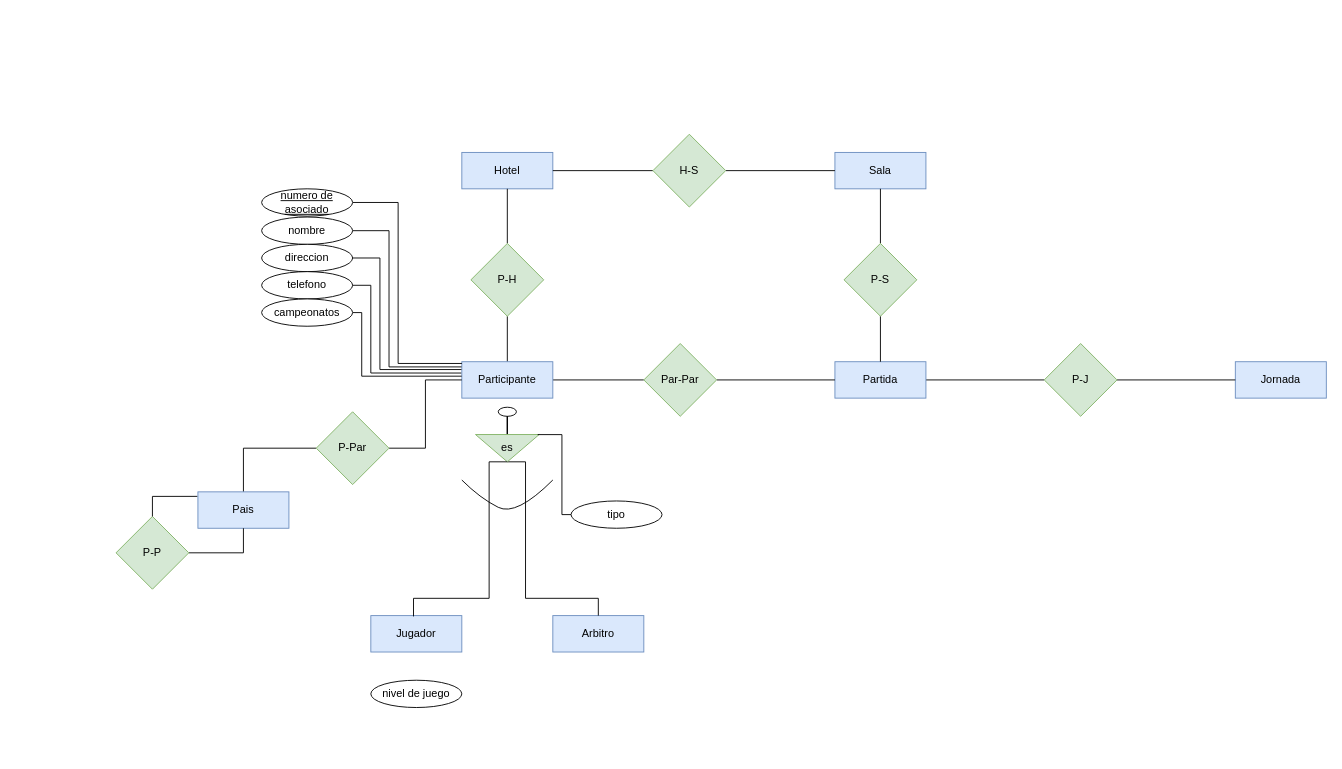
Before: Unidad_1/Tareas/Tareas_entregables/Tarea_2/Campeonato del mundo de Ajedrez.drawio in OxideVanadium/base_de_datos, a draw.io diagram. Source tidied: cells renumbered, new cells numbered last; positions are measured from the earlier drawing's top-left corner, leaving out a move shared by most shapes. Both pictures are drawn from the tidied source at 91%, with x=0, y=0 at pixel (116, 134).
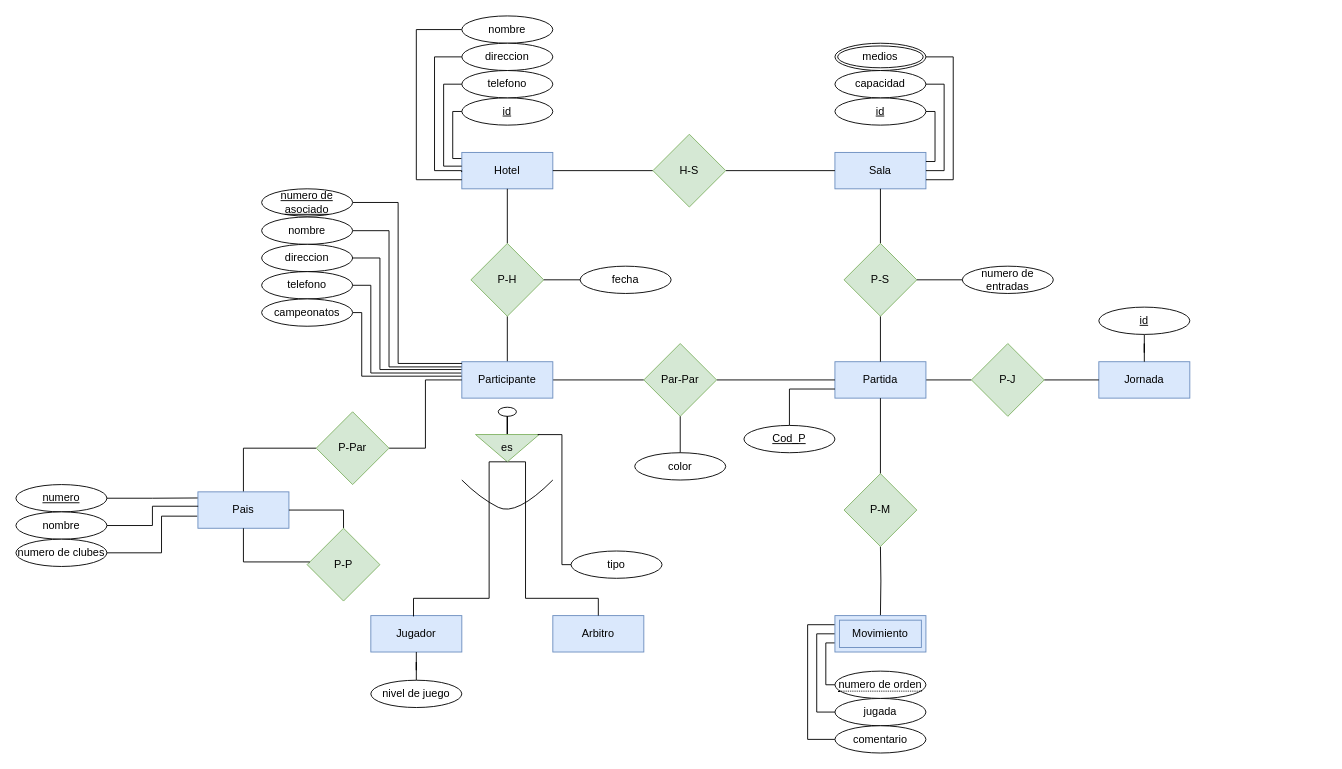
The same page after the edit.

Unchanged cells that the change refers to:
```xml
<mxCell id="5" value="Jugador" style="whiteSpace=wrap;html=1;align=center;fillColor=#dae8fc;strokeColor=#6c8ebf;" parent="1" vertex="1">
  <mxGeometry x="280" y="529" width="100" height="40" as="geometry" />
</mxCell>
<mxCell id="8" value="Pais" style="whiteSpace=wrap;html=1;align=center;fillColor=#dae8fc;strokeColor=#6c8ebf;" parent="1" vertex="1">
  <mxGeometry x="90" y="393" width="100" height="40" as="geometry" />
</mxCell>
<mxCell id="10" value="Partida" style="whiteSpace=wrap;html=1;align=center;fillColor=#dae8fc;strokeColor=#6c8ebf;" parent="1" vertex="1">
  <mxGeometry x="790" y="250" width="100" height="40" as="geometry" />
</mxCell>
<mxCell id="11" value="Hotel" style="whiteSpace=wrap;html=1;align=center;fillColor=#dae8fc;strokeColor=#6c8ebf;" parent="1" vertex="1">
  <mxGeometry x="380" y="20" width="100" height="40" as="geometry" />
</mxCell>
<mxCell id="12" value="Sala" style="whiteSpace=wrap;html=1;align=center;fillColor=#dae8fc;strokeColor=#6c8ebf;" parent="1" vertex="1">
  <mxGeometry x="790" y="20" width="100" height="40" as="geometry" />
</mxCell>
<mxCell id="29" value="P-H" style="rhombus;whiteSpace=wrap;html=1;fillColor=#d5e8d4;strokeColor=#82b366;" parent="1" vertex="1">
  <mxGeometry x="390" y="120" width="80" height="80" as="geometry" />
</mxCell>
<mxCell id="31" value="Par-Par" style="rhombus;whiteSpace=wrap;html=1;fillColor=#d5e8d4;strokeColor=#82b366;" parent="1" vertex="1">
  <mxGeometry x="580" y="230" width="80" height="80" as="geometry" />
</mxCell>
<mxCell id="36" value="P-S" style="rhombus;whiteSpace=wrap;html=1;fillColor=#d5e8d4;strokeColor=#82b366;" parent="1" vertex="1">
  <mxGeometry x="800" y="120" width="80" height="80" as="geometry" />
</mxCell>
<mxCell id="48" value="nivel de juego" style="ellipse;whiteSpace=wrap;html=1;align=center;" parent="1" vertex="1">
  <mxGeometry x="280" y="600" width="100" height="30" as="geometry" />
</mxCell>
```

What changed in the source:
```diff
@@
     <mxCell id="13" value="Jornada" style="whiteSpace=wrap;html=1;align=center;fillColor=#dae8fc;strokeColor=#6c8ebf;" parent="1" vertex="1">
-      <mxGeometry x="1230" y="250" width="100" height="40" as="geometry" />
+      <mxGeometry x="1080" y="250" width="100" height="40" as="geometry" />
     </mxCell>
@@
     <mxCell id="22" value="tipo" style="ellipse;whiteSpace=wrap;html=1;align=center;" parent="1" vertex="1">
-      <mxGeometry x="500" y="403" width="100" height="30" as="geometry" />
+      <mxGeometry x="500" y="458" width="100" height="30" as="geometry" />
     </mxCell>
@@
-    <mxCell id="25" style="edgeStyle=orthogonalEdgeStyle;rounded=0;jettySize=auto;html=1;entryX=0.5;entryY=1;entryDx=0;entryDy=0;endArrow=none;endFill=0;" parent="1" edge="1" source="26" target="8">
-      <mxGeometry relative="1" as="geometry" />
+    <mxCell id="25" style="edgeStyle=orthogonalEdgeStyle;rounded=0;jettySize=auto;html=1;entryX=1;entryY=0.5;entryDx=0;entryDy=0;endArrow=none;endFill=0;" parent="1" edge="1" source="26" target="8">
+      <mxGeometry relative="1" as="geometry">
+        <Array as="points">
+          <mxPoint x="250" y="413" />
+        </Array>
+      </mxGeometry>
     </mxCell>
     <mxCell id="26" value="P-P" style="rhombus;whiteSpace=wrap;html=1;fillColor=#d5e8d4;strokeColor=#82b366;" parent="1" vertex="1">
-      <mxGeometry y="420" width="80" height="80" as="geometry" />
+      <mxGeometry x="210" y="433" width="80" height="80" as="geometry" />
     </mxCell>
-    <mxCell id="27" style="edgeStyle=orthogonalEdgeStyle;rounded=0;jettySize=auto;html=1;entryX=-0.007;entryY=0.124;entryDx=0;entryDy=0;entryPerimeter=0;endArrow=none;endFill=0;" parent="1" edge="1" source="26" target="8">
+    <mxCell id="27" style="edgeStyle=orthogonalEdgeStyle;rounded=0;jettySize=auto;html=1;entryX=0.5;entryY=1;entryDx=0;entryDy=0;endArrow=none;endFill=0;" parent="1" edge="1" source="26" target="8">
       <mxGeometry relative="1" as="geometry">
         <Array as="points">
-          <mxPoint x="40" y="398" />
+          <mxPoint x="140" y="470" />
         </Array>
       </mxGeometry>
     </mxCell>
@@
     <mxCell id="33" value="P-J" style="rhombus;whiteSpace=wrap;html=1;fillColor=#d5e8d4;strokeColor=#82b366;" parent="1" vertex="1">
-      <mxGeometry x="1020" y="230" width="80" height="80" as="geometry" />
+      <mxGeometry x="940" y="230" width="80" height="80" as="geometry" />
     </mxCell>
@@
+    <mxCell id="51" style="edgeStyle=orthogonalEdgeStyle;rounded=0;jettySize=auto;html=1;entryX=0.5;entryY=1;entryDx=0;entryDy=0;endArrow=none;endFill=0;" parent="1" edge="1" source="48" target="5">
+      <mxGeometry relative="1" as="geometry" />
+    </mxCell>
@@
+    <mxCell id="52" value="numero" style="ellipse;whiteSpace=wrap;html=1;align=center;fontStyle=4;" parent="1" vertex="1">
+      <mxGeometry x="-110" y="385" width="100" height="30" as="geometry" />
+    </mxCell>
+    <mxCell id="53" value="nombre" style="ellipse;whiteSpace=wrap;html=1;align=center;" parent="1" vertex="1">
+      <mxGeometry x="-110" y="415" width="100" height="30" as="geometry" />
+    </mxCell>
+    <mxCell id="54" value="numero de clubes" style="ellipse;whiteSpace=wrap;html=1;align=center;" parent="1" vertex="1">
+      <mxGeometry x="-110" y="445" width="100" height="30" as="geometry" />
+    </mxCell>
+    <mxCell id="55" style="edgeStyle=orthogonalEdgeStyle;rounded=0;jettySize=auto;html=1;entryX=-0.004;entryY=0.168;entryDx=0;entryDy=0;endArrow=none;endFill=0;entryPerimeter=0;" parent="1" edge="1" source="52" target="8">
+      <mxGeometry relative="1" as="geometry" />
+    </mxCell>
+    <mxCell id="56" style="edgeStyle=orthogonalEdgeStyle;rounded=0;jettySize=auto;html=1;entryX=0.003;entryY=0.395;entryDx=0;entryDy=0;endArrow=none;endFill=0;entryPerimeter=0;" parent="1" edge="1" source="53" target="8">
+      <mxGeometry relative="1" as="geometry" />
+    </mxCell>
+    <mxCell id="57" style="edgeStyle=orthogonalEdgeStyle;rounded=0;jettySize=auto;html=1;entryX=-0.008;entryY=0.668;entryDx=0;entryDy=0;endArrow=none;endFill=0;entryPerimeter=0;" parent="1" edge="1" source="54" target="8">
+      <mxGeometry relative="1" as="geometry">
+        <Array as="points">
+          <mxPoint x="50" y="460" />
+          <mxPoint x="50" y="420" />
+        </Array>
+      </mxGeometry>
+    </mxCell>
+    <mxCell id="58" value="id" style="ellipse;whiteSpace=wrap;html=1;align=center;fontStyle=4;" parent="1" vertex="1">
+      <mxGeometry x="380" y="-40" width="100" height="30" as="geometry" />
+    </mxCell>
+    <mxCell id="59" style="edgeStyle=orthogonalEdgeStyle;rounded=0;jettySize=auto;html=1;entryX=0;entryY=0.75;entryDx=0;entryDy=0;endArrow=none;endFill=0;" parent="1" edge="1" source="60" target="11">
+      <mxGeometry relative="1" as="geometry">
+        <Array as="points">
+          <mxPoint x="330" y="-115" />
+          <mxPoint x="330" y="50" />
+        </Array>
+      </mxGeometry>
+    </mxCell>
+    <mxCell id="60" value="nombre" style="ellipse;whiteSpace=wrap;html=1;align=center;" parent="1" vertex="1">
+      <mxGeometry x="380" y="-130" width="100" height="30" as="geometry" />
+    </mxCell>
+    <mxCell id="61" style="edgeStyle=orthogonalEdgeStyle;rounded=0;jettySize=auto;html=1;endArrow=none;endFill=0;entryX=-0.002;entryY=0.54;entryDx=0;entryDy=0;entryPerimeter=0;" parent="1" edge="1" source="62" target="11">
+      <mxGeometry relative="1" as="geometry">
+        <Array as="points">
+          <mxPoint x="350" y="-85" />
+          <mxPoint x="350" y="40" />
+          <mxPoint x="380" y="40" />
+        </Array>
+      </mxGeometry>
+    </mxCell>
+    <mxCell id="62" value="direccion" style="ellipse;whiteSpace=wrap;html=1;align=center;" parent="1" vertex="1">
+      <mxGeometry x="380" y="-100" width="100" height="30" as="geometry" />
+    </mxCell>
+    <mxCell id="63" value="telefono" style="ellipse;whiteSpace=wrap;html=1;align=center;" parent="1" vertex="1">
+      <mxGeometry x="380" y="-70" width="100" height="30" as="geometry" />
+    </mxCell>
+    <mxCell id="64" style="edgeStyle=orthogonalEdgeStyle;rounded=0;jettySize=auto;html=1;entryX=-0.005;entryY=0.168;entryDx=0;entryDy=0;entryPerimeter=0;endArrow=none;endFill=0;" parent="1" edge="1" source="58" target="11">
+      <mxGeometry relative="1" as="geometry">
+        <Array as="points">
+          <mxPoint x="370" y="-25" />
+          <mxPoint x="370" y="27" />
+        </Array>
+      </mxGeometry>
+    </mxCell>
+    <mxCell id="65" style="edgeStyle=orthogonalEdgeStyle;rounded=0;jettySize=auto;html=1;entryX=-0.001;entryY=0.377;entryDx=0;entryDy=0;entryPerimeter=0;endArrow=none;endFill=0;" parent="1" edge="1" source="63" target="11">
+      <mxGeometry relative="1" as="geometry">
+        <Array as="points">
+          <mxPoint x="360" y="-55" />
+          <mxPoint x="360" y="35" />
+        </Array>
+      </mxGeometry>
+    </mxCell>
+    <mxCell id="66" style="edgeStyle=orthogonalEdgeStyle;rounded=0;jettySize=auto;html=1;entryX=0;entryY=0.75;entryDx=0;entryDy=0;endArrow=none;endFill=0;" parent="1" edge="1" source="67" target="10">
+      <mxGeometry relative="1" as="geometry" />
+    </mxCell>
+    <mxCell id="67" value="Cod_P" style="ellipse;whiteSpace=wrap;html=1;align=center;fontStyle=4;" parent="1" vertex="1">
+      <mxGeometry x="690" y="320" width="100" height="30" as="geometry" />
+    </mxCell>
+    <mxCell id="68" style="edgeStyle=orthogonalEdgeStyle;rounded=0;jettySize=auto;html=1;entryX=1;entryY=0.25;entryDx=0;entryDy=0;endArrow=none;endFill=0;" parent="1" edge="1" source="69" target="12">
+      <mxGeometry relative="1" as="geometry">
+        <Array as="points">
+          <mxPoint x="900" y="-25" />
+          <mxPoint x="900" y="30" />
+        </Array>
+      </mxGeometry>
+    </mxCell>
+    <mxCell id="69" value="id" style="ellipse;whiteSpace=wrap;html=1;align=center;fontStyle=4;" parent="1" vertex="1">
+      <mxGeometry x="790" y="-40" width="100" height="30" as="geometry" />
+    </mxCell>
+    <mxCell id="70" style="edgeStyle=orthogonalEdgeStyle;rounded=0;jettySize=auto;html=1;entryX=1;entryY=0.5;entryDx=0;entryDy=0;endArrow=none;endFill=0;" parent="1" edge="1" source="71" target="12">
+      <mxGeometry relative="1" as="geometry">
+        <Array as="points">
+          <mxPoint x="910" y="-55" />
+          <mxPoint x="910" y="40" />
+        </Array>
+      </mxGeometry>
+    </mxCell>
+    <mxCell id="71" value="capacidad" style="ellipse;whiteSpace=wrap;html=1;align=center;" parent="1" vertex="1">
+      <mxGeometry x="790" y="-70" width="100" height="30" as="geometry" />
+    </mxCell>
+    <mxCell id="72" style="edgeStyle=orthogonalEdgeStyle;rounded=0;jettySize=auto;html=1;entryX=1;entryY=0.75;entryDx=0;entryDy=0;endArrow=none;endFill=0;" parent="1" edge="1" source="73" target="12">
+      <mxGeometry relative="1" as="geometry">
+        <Array as="points">
+          <mxPoint x="920" y="-85" />
+          <mxPoint x="920" y="50" />
+        </Array>
+      </mxGeometry>
+    </mxCell>
+    <mxCell id="73" value="medios" style="ellipse;shape=doubleEllipse;margin=3;whiteSpace=wrap;html=1;align=center;" parent="1" vertex="1">
+      <mxGeometry x="790" y="-100" width="100" height="30" as="geometry" />
+    </mxCell>
+    <mxCell id="74" style="edgeStyle=orthogonalEdgeStyle;rounded=0;jettySize=auto;html=1;entryX=0.5;entryY=0;entryDx=0;entryDy=0;endArrow=none;endFill=0;" parent="1" edge="1" source="75" target="13">
+      <mxGeometry relative="1" as="geometry" />
+    </mxCell>
+    <mxCell id="75" value="id" style="ellipse;whiteSpace=wrap;html=1;align=center;fontStyle=4;" parent="1" vertex="1">
+      <mxGeometry x="1080" y="190" width="100" height="30" as="geometry" />
+    </mxCell>
+    <mxCell id="76" style="edgeStyle=orthogonalEdgeStyle;rounded=0;jettySize=auto;html=1;entryX=0.5;entryY=1;entryDx=0;entryDy=0;endArrow=none;endFill=0;" parent="1" edge="1" source="77" target="31">
+      <mxGeometry relative="1" as="geometry" />
+    </mxCell>
+    <mxCell id="77" value="color" style="ellipse;whiteSpace=wrap;html=1;align=center;" parent="1" vertex="1">
+      <mxGeometry x="570" y="350" width="100" height="30" as="geometry" />
+    </mxCell>
+    <mxCell id="78" style="edgeStyle=orthogonalEdgeStyle;rounded=0;jettySize=auto;html=1;endArrow=none;endFill=0;" parent="1" edge="1" source="79" target="29">
+      <mxGeometry relative="1" as="geometry" />
+    </mxCell>
+    <mxCell id="79" value="fecha" style="ellipse;whiteSpace=wrap;html=1;align=center;" parent="1" vertex="1">
+      <mxGeometry x="510" y="145" width="100" height="30" as="geometry" />
+    </mxCell>
+    <mxCell id="80" style="edgeStyle=orthogonalEdgeStyle;rounded=0;jettySize=auto;html=1;entryX=1;entryY=0.5;entryDx=0;entryDy=0;endArrow=none;endFill=0;" parent="1" edge="1" source="81" target="36">
+      <mxGeometry relative="1" as="geometry" />
+    </mxCell>
+    <mxCell id="81" value="numero de entradas" style="ellipse;whiteSpace=wrap;html=1;align=center;" parent="1" vertex="1">
+      <mxGeometry x="930" y="145" width="100" height="30" as="geometry" />
+    </mxCell>
+    <mxCell id="82" style="edgeStyle=orthogonalEdgeStyle;rounded=0;jettySize=auto;html=1;entryX=0.5;entryY=1;entryDx=0;entryDy=0;endArrow=none;endFill=0;" parent="1" edge="1" target="84">
+      <mxGeometry relative="1" as="geometry">
+        <mxPoint x="840" y="529" as="sourcePoint" />
+      </mxGeometry>
+    </mxCell>
+    <mxCell id="83" style="edgeStyle=orthogonalEdgeStyle;rounded=0;jettySize=auto;html=1;entryX=0.5;entryY=1;entryDx=0;entryDy=0;endArrow=none;endFill=0;" parent="1" edge="1" source="84" target="10">
+      <mxGeometry relative="1" as="geometry" />
+    </mxCell>
+    <mxCell id="84" value="P-M" style="rhombus;whiteSpace=wrap;html=1;fillColor=#d5e8d4;strokeColor=#82b366;" parent="1" vertex="1">
+      <mxGeometry x="800" y="373" width="80" height="80" as="geometry" />
+    </mxCell>
+    <mxCell id="85" style="edgeStyle=orthogonalEdgeStyle;rounded=0;orthogonalLoop=1;jettySize=auto;html=1;entryX=0;entryY=0.75;entryDx=0;entryDy=0;endArrow=none;endFill=0;" parent="1" edge="1">
+      <mxGeometry relative="1" as="geometry">
+        <mxPoint x="790" y="605" as="sourcePoint" />
+        <mxPoint x="790" y="559" as="targetPoint" />
+        <Array as="points">
+          <mxPoint x="780" y="605" />
+          <mxPoint x="780" y="559" />
+        </Array>
+      </mxGeometry>
+    </mxCell>
+    <mxCell id="86" style="edgeStyle=orthogonalEdgeStyle;rounded=0;jettySize=auto;html=1;entryX=0;entryY=0.5;entryDx=0;entryDy=0;endArrow=none;endFill=0;" parent="1" edge="1" source="87">
+      <mxGeometry relative="1" as="geometry">
+        <mxPoint x="790" y="549" as="targetPoint" />
+        <Array as="points">
+          <mxPoint x="770" y="635" />
+          <mxPoint x="770" y="549" />
+        </Array>
+      </mxGeometry>
+    </mxCell>
+    <mxCell id="87" value="jugada" style="ellipse;whiteSpace=wrap;html=1;align=center;" parent="1" vertex="1">
+      <mxGeometry x="790" y="620" width="100" height="30" as="geometry" />
+    </mxCell>
+    <mxCell id="88" style="edgeStyle=orthogonalEdgeStyle;rounded=0;jettySize=auto;html=1;entryX=0;entryY=0.25;entryDx=0;entryDy=0;endArrow=none;endFill=0;" parent="1" edge="1" source="89">
+      <mxGeometry relative="1" as="geometry">
+        <mxPoint x="790" y="539" as="targetPoint" />
+        <Array as="points">
+          <mxPoint x="760" y="665" />
+          <mxPoint x="760" y="539" />
+        </Array>
+      </mxGeometry>
+    </mxCell>
+    <mxCell id="89" value="comentario" style="ellipse;whiteSpace=wrap;html=1;align=center;" parent="1" vertex="1">
+      <mxGeometry x="790" y="650" width="100" height="30" as="geometry" />
+    </mxCell>
+    <mxCell id="90" value="Movimiento" style="shape=ext;margin=3;double=1;whiteSpace=wrap;html=1;align=center;fillColor=#dae8fc;strokeColor=#6c8ebf;" parent="1" vertex="1">
+      <mxGeometry x="790" y="529" width="100" height="40" as="geometry" />
+    </mxCell>
+    <mxCell id="91" value="&lt;span style=&quot;border-bottom: 1px dotted&quot;&gt;numero de orden&lt;/span&gt;" style="ellipse;whiteSpace=wrap;html=1;align=center;" parent="1" vertex="1">
+      <mxGeometry x="790" y="590" width="100" height="30" as="geometry" />
+    </mxCell>
```
